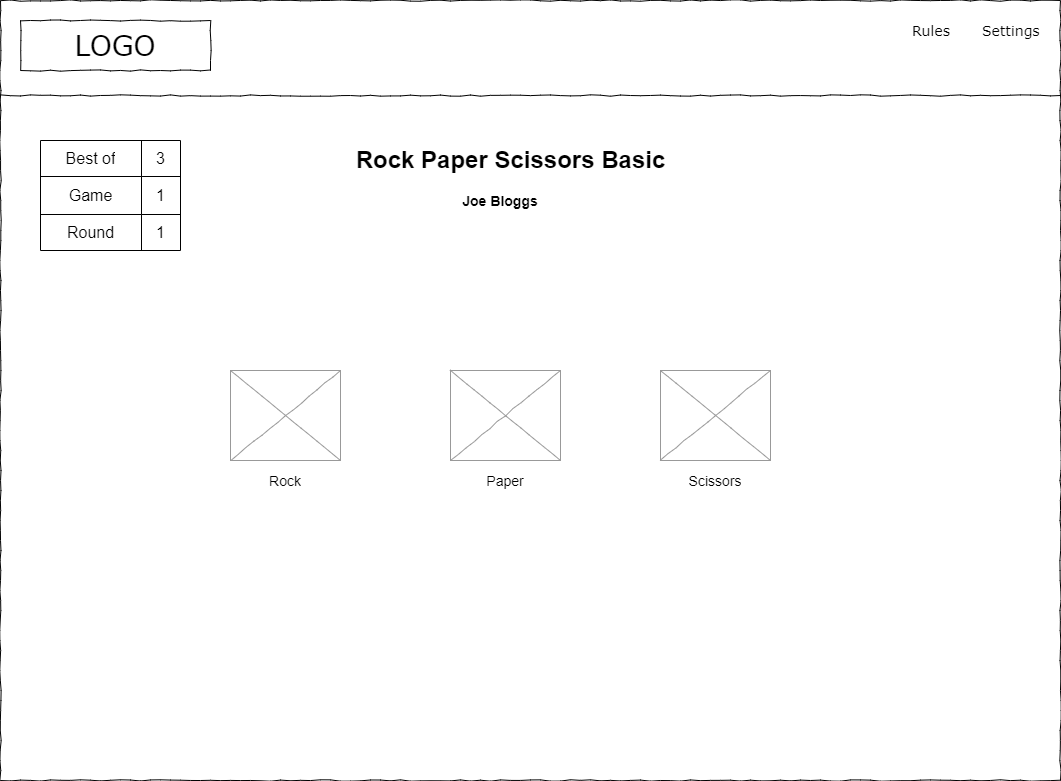
Above: design/img/rps-xtreme-game-play-basic-large.drawio.png in ibuttimer/rock-paper-scissors-xtreme (draw.io), before the change. Source tidied: cells renumbered, new cells last; positions are measured from the earlier drawing's top-left corner, leaving out a move shared by most shapes.
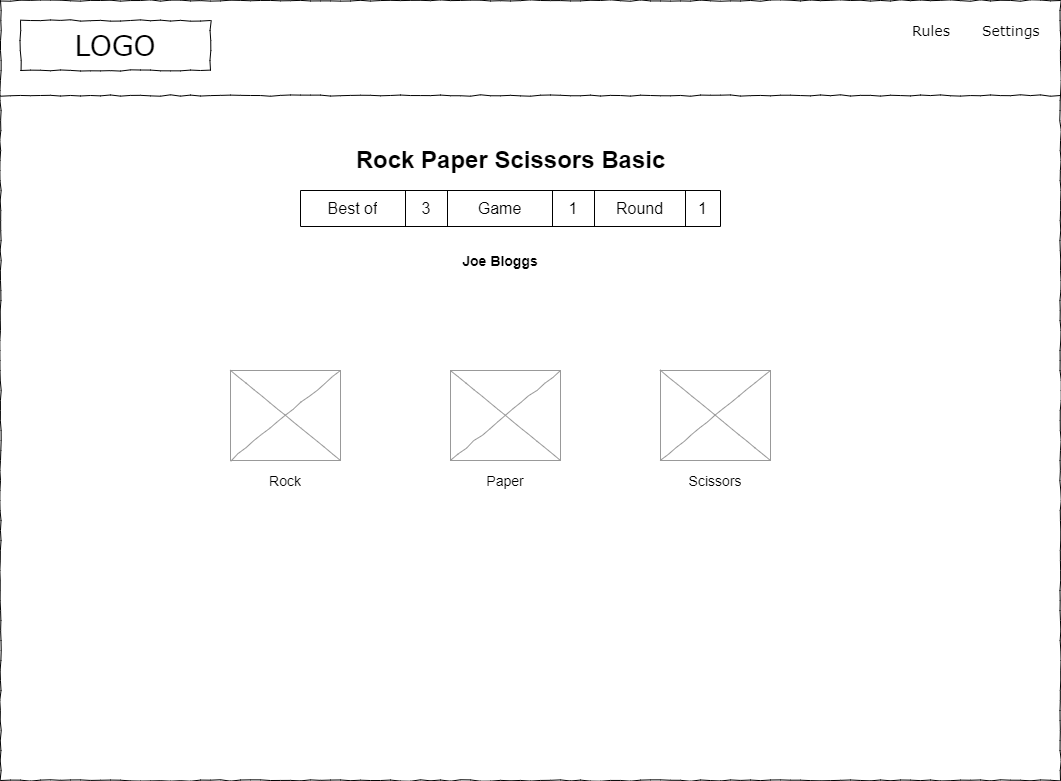
Later version of the same file.

What changed in the source:
```diff
@@ -46,38 +46,32 @@
     </object>
     <object id="14" label="&lt;span style=&quot;font-size: 16px;&quot;&gt;&lt;b style=&quot;font-size: 14px;&quot;&gt;Joe Bloggs&lt;/b&gt;&lt;/span&gt;" name="Variable" placeholders="1">
       <mxCell style="text;html=1;strokeColor=none;fillColor=none;align=center;verticalAlign=middle;whiteSpace=wrap;overflow=hidden;" parent="1" vertex="1">
-        <mxGeometry x="420" y="180" width="160" height="40" as="geometry" />
+        <mxGeometry x="420" y="240" width="160" height="40" as="geometry" />
       </mxCell>
     </object>
-    <mxCell id="15" style="shape=table;html=1;whiteSpace=wrap;startSize=0;fontSize=16;" parent="1" vertex="1">
-      <mxGeometry x="40" y="140" width="140" height="110" as="geometry" />
-    </mxCell>
-    <mxCell id="16" style="shape=tableRow;horizontal=0;startSize=0;swimlaneHead=0;swimlaneBody=0;top=0;left=0;bottom=0;right=0;fillColor=none;fontSize=16;" parent="15" vertex="1">
-      <mxGeometry width="140" height="36" as="geometry" />
-    </mxCell>
+    <mxCell id="25" style="shape=table;html=1;whiteSpace=wrap;startSize=0;fontSize=16;" parent="1" vertex="1">
+      <mxGeometry x="300" y="190" width="420" height="36" as="geometry" />
+    </mxCell>
+    <mxCell id="26" style="shape=tableRow;horizontal=0;startSize=0;swimlaneHead=0;swimlaneBody=0;top=0;left=0;bottom=0;right=0;fillColor=none;fontSize=16;" parent="25" vertex="1">
+      <mxGeometry width="420" height="36" as="geometry" />
+    </mxCell>
-    <mxCell id="17" value="Best of" style="shape=partialRectangle;html=1;whiteSpace=wrap;fillColor=none;top=0;left=0;bottom=0;right=0;overflow=hidden;fontSize=16;" parent="16" vertex="1">
-      <mxGeometry width="101" height="36" as="geometry" />
+    <mxCell id="17" value="Best of" style="shape=partialRectangle;html=1;whiteSpace=wrap;fillColor=none;top=0;left=0;bottom=0;right=0;overflow=hidden;fontSize=16;" parent="26" vertex="1">
+      <mxGeometry width="105" height="36" as="geometry" />
     </mxCell>
-    <mxCell id="18" value="3" style="shape=partialRectangle;html=1;whiteSpace=wrap;fillColor=none;top=0;left=0;bottom=0;right=0;overflow=hidden;fontSize=16;" parent="16" vertex="1">
-      <mxGeometry x="101" width="39" height="36" as="geometry" />
+    <mxCell id="18" value="3" style="shape=partialRectangle;html=1;whiteSpace=wrap;fillColor=none;top=0;left=0;bottom=0;right=0;overflow=hidden;fontSize=16;" parent="26" vertex="1">
+      <mxGeometry x="105" width="42" height="36" as="geometry" />
     </mxCell>
-    <mxCell id="19" style="shape=tableRow;horizontal=0;startSize=0;swimlaneHead=0;swimlaneBody=0;top=0;left=0;bottom=0;right=0;fillColor=none;fontSize=16;" parent="15" vertex="1">
-      <mxGeometry y="36" width="140" height="38" as="geometry" />
-    </mxCell>
-    <mxCell id="20" value="Game" style="shape=partialRectangle;html=1;whiteSpace=wrap;fillColor=none;top=0;left=0;bottom=0;right=0;overflow=hidden;fontSize=16;" parent="19" vertex="1">
-      <mxGeometry width="101" height="38" as="geometry" />
+    <mxCell id="20" value="Game" style="shape=partialRectangle;html=1;whiteSpace=wrap;fillColor=none;top=0;left=0;bottom=0;right=0;overflow=hidden;fontSize=16;" parent="26" vertex="1">
+      <mxGeometry x="147" width="105" height="36" as="geometry" />
     </mxCell>
-    <mxCell id="21" value="1" style="shape=partialRectangle;html=1;whiteSpace=wrap;fillColor=none;top=0;left=0;bottom=0;right=0;overflow=hidden;fontSize=16;" parent="19" vertex="1">
-      <mxGeometry x="101" width="39" height="38" as="geometry" />
-    </mxCell>
-    <mxCell id="22" style="shape=tableRow;horizontal=0;startSize=0;swimlaneHead=0;swimlaneBody=0;top=0;left=0;bottom=0;right=0;fillColor=none;fontSize=16;" parent="15" vertex="1">
-      <mxGeometry y="74" width="140" height="36" as="geometry" />
-    </mxCell>
+    <mxCell id="27" value="1" style="shape=partialRectangle;html=1;whiteSpace=wrap;fillColor=none;top=0;left=0;bottom=0;right=0;overflow=hidden;fontSize=16;" parent="26" vertex="1">
+      <mxGeometry x="252" width="42" height="36" as="geometry" />
+    </mxCell>
-    <mxCell id="23" value="Round" style="shape=partialRectangle;html=1;whiteSpace=wrap;fillColor=none;top=0;left=0;bottom=0;right=0;overflow=hidden;fontSize=16;" parent="22" vertex="1">
-      <mxGeometry width="101" height="36" as="geometry" />
+    <mxCell id="23" value="Round" style="shape=partialRectangle;html=1;whiteSpace=wrap;fillColor=none;top=0;left=0;bottom=0;right=0;overflow=hidden;fontSize=16;" parent="26" vertex="1">
+      <mxGeometry x="294" width="91" height="36" as="geometry" />
     </mxCell>
-    <mxCell id="24" value="1" style="shape=partialRectangle;html=1;whiteSpace=wrap;fillColor=none;top=0;left=0;bottom=0;right=0;overflow=hidden;fontSize=16;" parent="22" vertex="1">
-      <mxGeometry x="101" width="39" height="36" as="geometry" />
-    </mxCell>
+    <mxCell id="28" value="1" style="shape=partialRectangle;html=1;whiteSpace=wrap;fillColor=none;top=0;left=0;bottom=0;right=0;overflow=hidden;fontSize=16;" parent="26" vertex="1">
+      <mxGeometry x="385" width="35" height="36" as="geometry" />
+    </mxCell>
   </root>
 </mxGraphModel>
```
